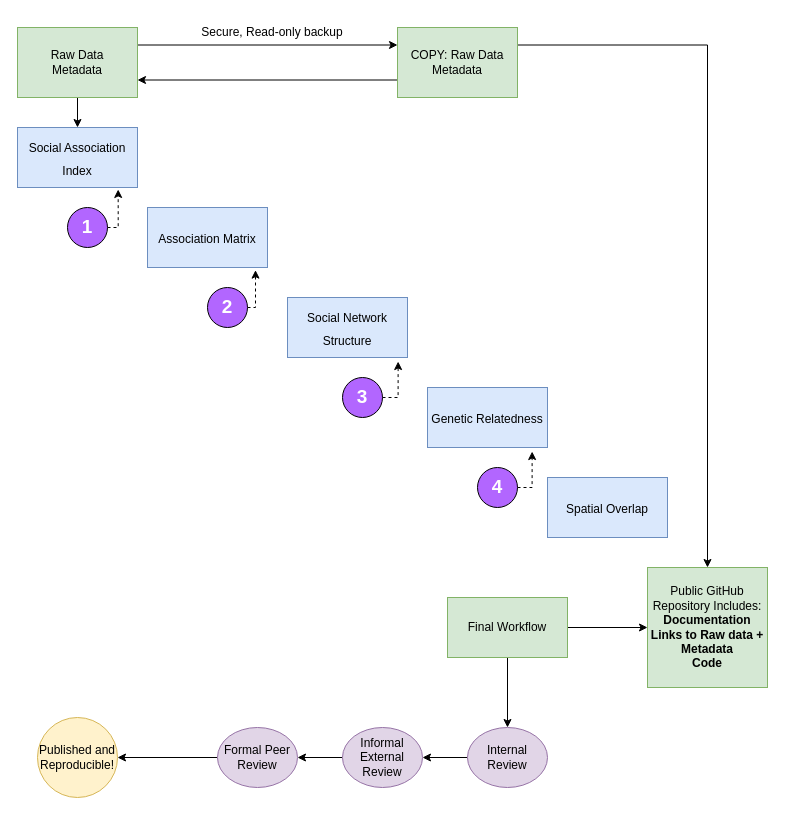
This is WorkFlowDiagram/WorkFlowDiagram.drawio from bankheak/Dolphins, a draw.io file, before an edit. Source tidied: cells renumbered, new cells numbered last; positions are measured from the earlier drawing's top-left corner, leaving out a move shared by most shapes. Both pictures are drawn from the tidied source at 100%, with x=0, y=0 at pixel (17, 17).
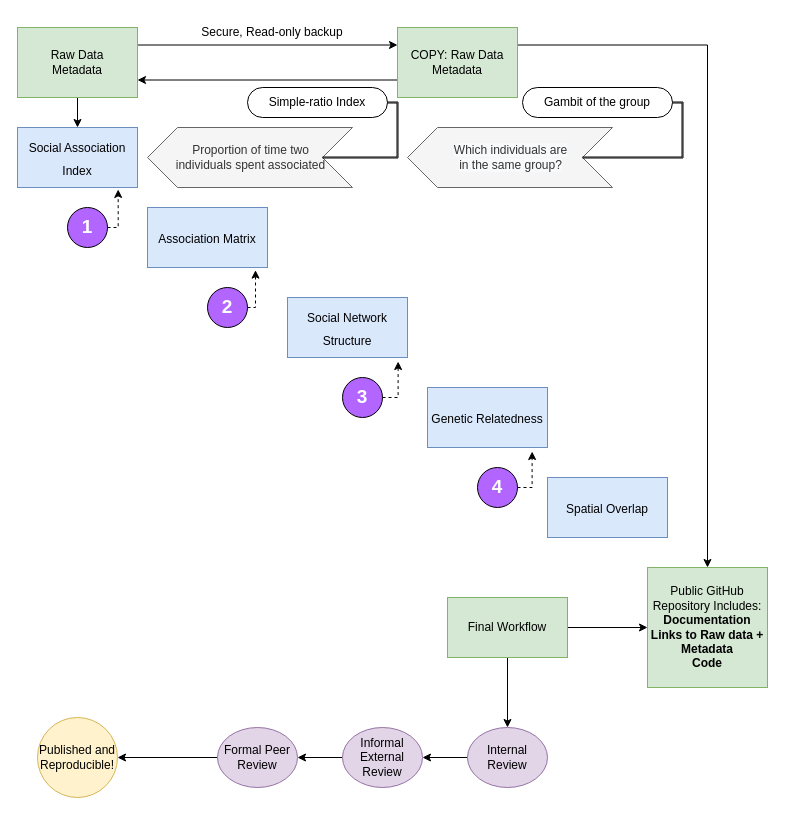
The same page after the edit.

Change to the diagram source:
```diff
@@
+    <mxCell id="33" value="&lt;span style=&quot;color: rgb(51, 51, 51); background-color: rgb(248, 249, 250);&quot;&gt;Which individuals are&lt;br&gt;in the same group?&lt;/span&gt;" style="html=1;shadow=0;dashed=0;align=center;verticalAlign=middle;shape=mxgraph.arrows2.arrow;dy=0;dx=30;notch=30;rotation=0;direction=west;fillColor=#f5f5f5;strokeColor=#666666;fontColor=#333333;" parent="1" vertex="1">
+      <mxGeometry x="390" y="110" width="205" height="60" as="geometry" />
+    </mxCell>
+    <mxCell id="34" value="&lt;font color=&quot;#333333&quot;&gt;Proportion of time two &lt;br&gt;individuals spent associated&lt;/font&gt;" style="html=1;shadow=0;dashed=0;align=center;verticalAlign=middle;shape=mxgraph.arrows2.arrow;dy=0;dx=30;notch=30;rotation=0;direction=west;fillColor=#f5f5f5;fontColor=#333333;strokeColor=#666666;" parent="1" vertex="1">
+      <mxGeometry x="130" y="110" width="205" height="60" as="geometry" />
+    </mxCell>
+    <mxCell id="35" value="Simple-ratio Index" style="whiteSpace=wrap;html=1;rounded=1;arcSize=50;align=center;verticalAlign=middle;strokeWidth=1;spacing=4;newEdgeStyle={&quot;edgeStyle&quot;:&quot;entityRelationEdgeStyle&quot;,&quot;startArrow&quot;:&quot;none&quot;,&quot;endArrow&quot;:&quot;none&quot;,&quot;segment&quot;:10,&quot;curved&quot;:1};" parent="1" vertex="1">
+      <mxGeometry x="230" y="70" width="140" height="30" as="geometry" />
+    </mxCell>
+    <mxCell id="36" style="edgeStyle=entityRelationEdgeStyle;startArrow=none;endArrow=none;segment=10;curved=1;rounded=0;shape=link;width=-1;exitX=0;exitY=0.5;exitDx=30;exitDy=0;exitPerimeter=0;" parent="1" edge="1" source="34" target="35">
+      <mxGeometry relative="1" as="geometry" />
+    </mxCell>
+    <mxCell id="37" value="Gambit of the group" style="whiteSpace=wrap;html=1;rounded=1;arcSize=50;align=center;verticalAlign=middle;strokeWidth=1;spacing=4;newEdgeStyle={&quot;edgeStyle&quot;:&quot;entityRelationEdgeStyle&quot;,&quot;startArrow&quot;:&quot;none&quot;,&quot;endArrow&quot;:&quot;none&quot;,&quot;segment&quot;:10,&quot;curved&quot;:1};" parent="1" vertex="1">
+      <mxGeometry x="505" y="70" width="150" height="30" as="geometry" />
+    </mxCell>
+    <mxCell id="38" style="edgeStyle=entityRelationEdgeStyle;startArrow=none;endArrow=none;segment=10;curved=1;rounded=0;shape=link;exitX=0;exitY=0.5;exitDx=30;exitDy=0;exitPerimeter=0;width=1;" parent="1" edge="1" source="33" target="37">
+      <mxGeometry relative="1" as="geometry" />
+    </mxCell>
```
